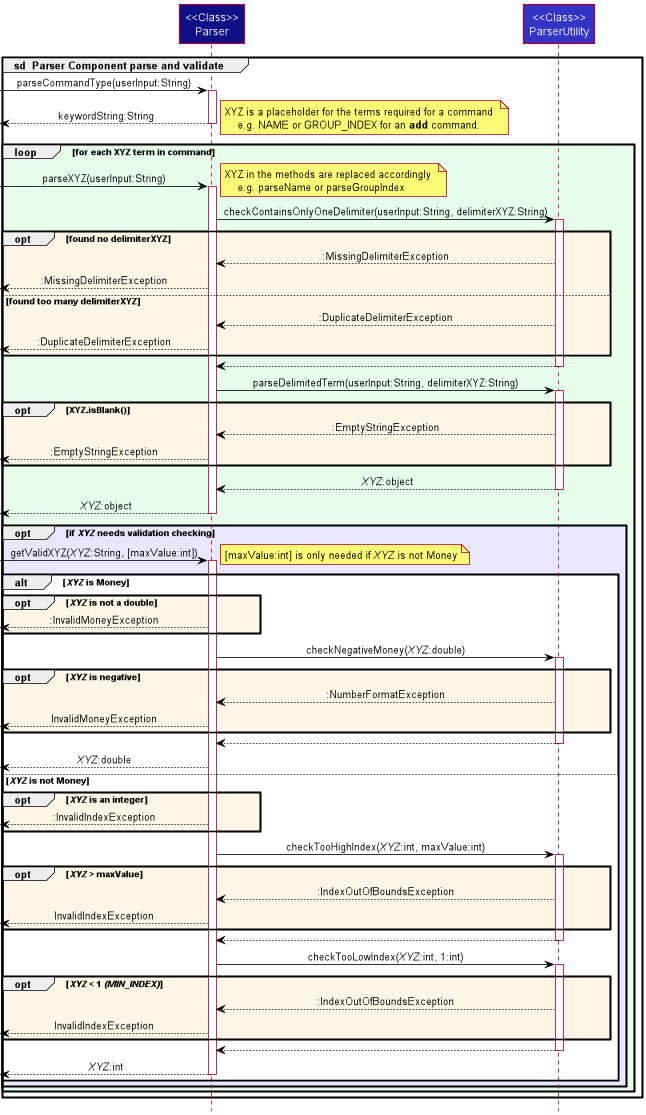
The PlantUML diagram docs/images/ParserSequenceDiagram0.png in nus-cs2113-AY2122S2/tp, before a commit.
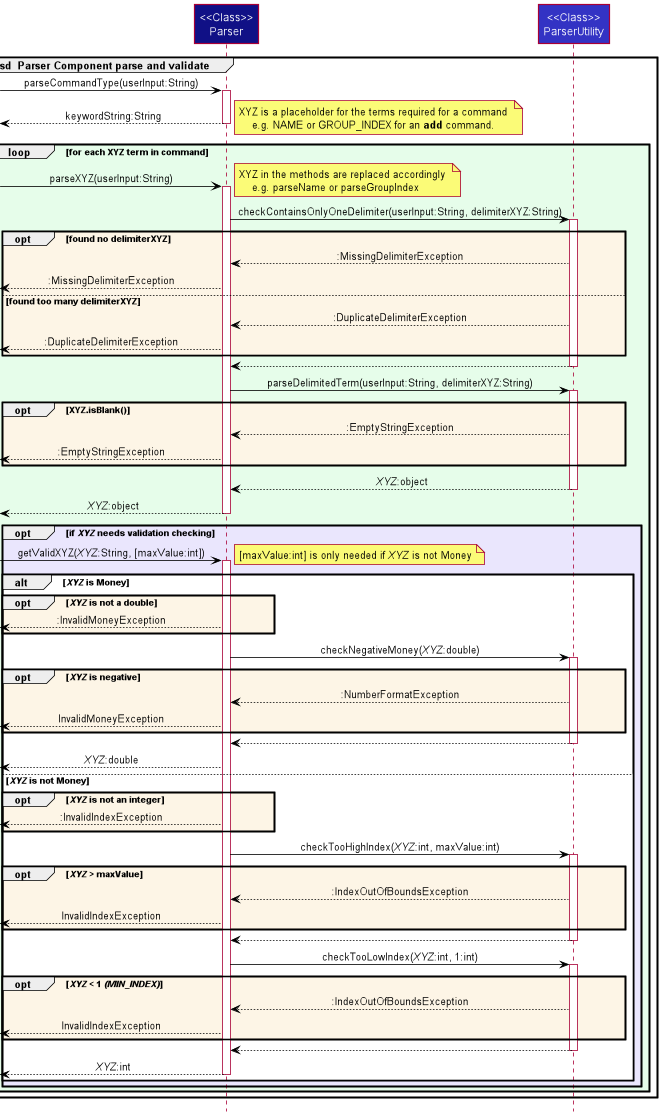
After the commit.

Commit message:
Update Parser Component

Change to the diagram source:
```diff
@@ -68,7 +68,7 @@
 
         else //XYZ// is not Money
 
-            opt OPT_COLOR //XYZ// is an integer
+            opt OPT_COLOR //XYZ// is not an integer
                 Parser -->[ : :InvalidIndexException
             end opt
 
```
